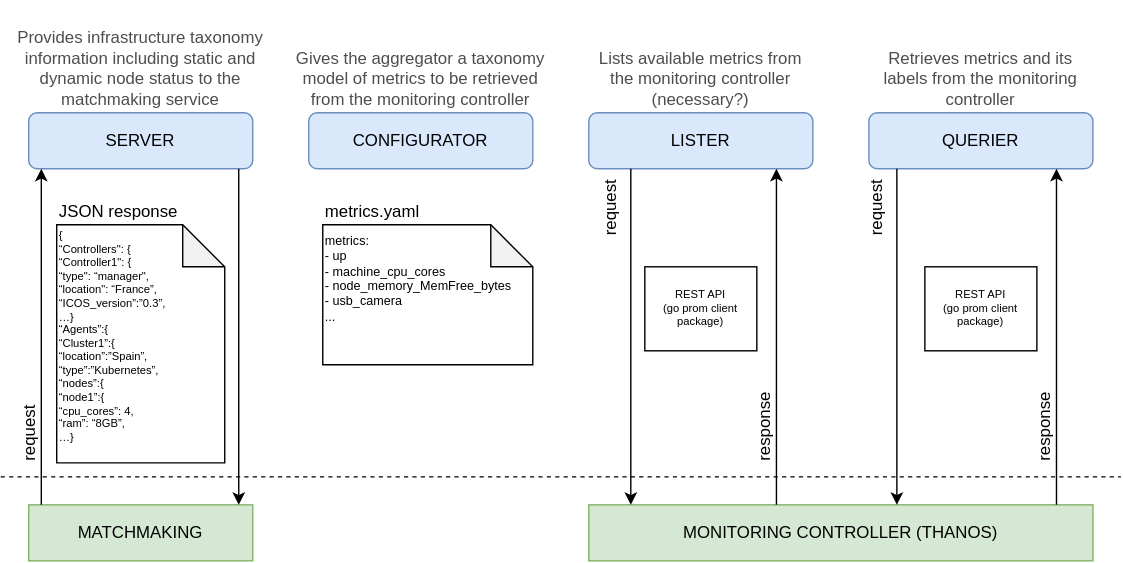
Earlier version of the draw.io export docs/assets/architecture.drawio.svg (icos-project/Aggregator). Source tidied: cells renumbered, new cells last; positions are measured from the earlier drawing's top-left corner, leaving out a move shared by most shapes.
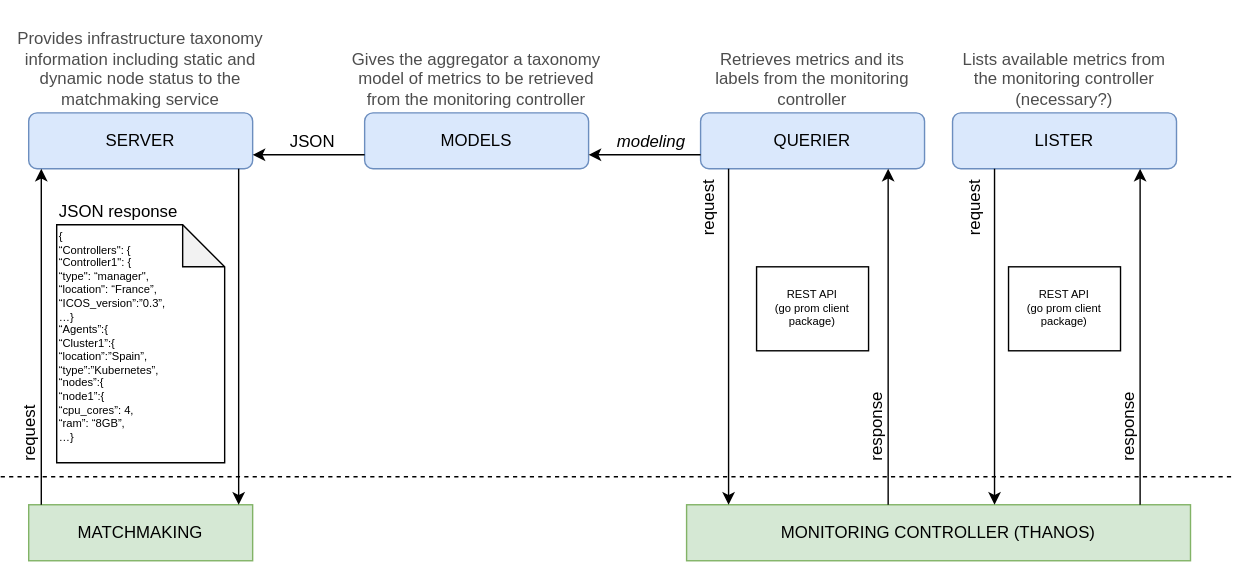
After the commit.

Commit message:
Add MODELS to architecture diagram

What changed in the source:
```diff
@@ -5,38 +5,38 @@
     <mxCell id="2" value="SERVER" style="rounded=1;whiteSpace=wrap;html=1;fillColor=#dae8fc;strokeColor=#6c8ebf;" parent="1" vertex="1">
       <mxGeometry x="25" y="80" width="160" height="40" as="geometry" />
     </mxCell>
-    <mxCell id="3" value="CONFIGURATOR" style="rounded=1;whiteSpace=wrap;html=1;fillColor=#dae8fc;strokeColor=#6c8ebf;" parent="1" vertex="1">
-      <mxGeometry x="225" y="80" width="160" height="40" as="geometry" />
+    <mxCell id="3" value="MODELS" style="rounded=1;whiteSpace=wrap;html=1;fillColor=#dae8fc;strokeColor=#6c8ebf;" parent="1" vertex="1">
+      <mxGeometry x="265" y="80" width="160" height="40" as="geometry" />
     </mxCell>
     <mxCell id="4" value="LISTER" style="rounded=1;whiteSpace=wrap;html=1;fillColor=#dae8fc;strokeColor=#6c8ebf;" parent="1" vertex="1">
-      <mxGeometry x="425" y="80" width="160" height="40" as="geometry" />
+      <mxGeometry x="685" y="80" width="160" height="40" as="geometry" />
     </mxCell>
     <mxCell id="5" value="QUERIER" style="rounded=1;whiteSpace=wrap;html=1;fillColor=#dae8fc;strokeColor=#6c8ebf;" parent="1" vertex="1">
-      <mxGeometry x="625" y="80" width="160" height="40" as="geometry" />
+      <mxGeometry x="505" y="80" width="160" height="40" as="geometry" />
     </mxCell>
     <mxCell id="6" value="&lt;p style=&quot;margin-top: 0pt; margin-bottom: 0pt; margin-left: 0in; direction: ltr; unicode-bidi: embed; word-break: normal; font-size: 12px;&quot;&gt;&lt;span style=&quot;font-size: 12px;&quot;&gt;Provides infrastructure taxonomy information including static and&lt;br style=&quot;font-size: 12px;&quot;&gt;dynamic node status to the matchmaking service&lt;/span&gt;&lt;/p&gt;" style="text;html=1;align=center;verticalAlign=bottom;whiteSpace=wrap;rounded=0;fontColor=#4D4D4D;fontSize=12;" parent="1" vertex="1">
       <mxGeometry x="5" width="200" height="80" as="geometry" />
     </mxCell>
     <mxCell id="7" value="&lt;p style=&quot;margin-top: 0pt; margin-bottom: 0pt; margin-left: 0in; direction: ltr; unicode-bidi: embed; word-break: normal; font-size: 12px;&quot;&gt;&lt;span style=&quot;font-size: 12px;&quot;&gt;Gives the aggregator a taxonomy model of metrics to be retrieved&lt;br style=&quot;font-size: 12px;&quot;&gt;from the monitoring controller&lt;/span&gt;&lt;/p&gt;" style="text;html=1;align=center;verticalAlign=bottom;whiteSpace=wrap;rounded=0;fontColor=#4D4D4D;fontSize=12;" parent="1" vertex="1">
-      <mxGeometry x="215" width="180" height="80" as="geometry" />
+      <mxGeometry x="255" width="180" height="80" as="geometry" />
     </mxCell>
     <mxCell id="8" value="&lt;p style=&quot;margin-top: 0pt; margin-bottom: 0pt; margin-left: 0in; direction: ltr; unicode-bidi: embed; word-break: normal; font-size: 12px;&quot;&gt;&lt;span style=&quot;font-size: 12px;&quot;&gt;Lists available metrics from the monitoring controller&lt;/span&gt;&lt;/p&gt;&lt;p style=&quot;margin-top: 0pt; margin-bottom: 0pt; margin-left: 0in; direction: ltr; unicode-bidi: embed; word-break: normal; font-size: 12px;&quot;&gt;&lt;span style=&quot;font-size: 12px;&quot;&gt;(necessary?)&lt;/span&gt;&lt;/p&gt;" style="text;html=1;align=center;verticalAlign=bottom;whiteSpace=wrap;rounded=0;fontColor=#4D4D4D;fontSize=12;" parent="1" vertex="1">
-      <mxGeometry x="425" width="160" height="80" as="geometry" />
+      <mxGeometry x="685" width="160" height="80" as="geometry" />
     </mxCell>
     <mxCell id="9" value="&lt;p style=&quot;margin-top: 0pt; margin-bottom: 0pt; margin-left: 0in; direction: ltr; unicode-bidi: embed; word-break: normal; font-size: 12px;&quot;&gt;&lt;span style=&quot;font-size: 12px;&quot;&gt;Retrieves metrics and its labels from the monitoring controller&lt;/span&gt;&lt;/p&gt;" style="text;html=1;align=center;verticalAlign=bottom;whiteSpace=wrap;rounded=0;fontColor=#4D4D4D;fontSize=12;" parent="1" vertex="1">
-      <mxGeometry x="625" width="160" height="80" as="geometry" />
+      <mxGeometry x="505" width="160" height="80" as="geometry" />
     </mxCell>
     <mxCell id="10" style="endArrow=none;dashed=1;html=1;" parent="1" edge="1">
       <mxGeometry relative="1" as="geometry">
         <mxPoint x="5" y="340" as="sourcePoint" />
-        <mxPoint x="805" y="340" as="targetPoint" />
+        <mxPoint x="885" y="340" as="targetPoint" />
       </mxGeometry>
     </mxCell>
     <mxCell id="11" value="MATCHMAKING" style="rounded=0;whiteSpace=wrap;html=1;fillColor=#d5e8d4;strokeColor=#82b366;" parent="1" vertex="1">
       <mxGeometry x="25" y="360" width="160" height="40" as="geometry" />
     </mxCell>
     <mxCell id="12" value="MONITORING CONTROLLER (THANOS)" style="rounded=0;whiteSpace=wrap;html=1;fillColor=#d5e8d4;strokeColor=#82b366;" parent="1" vertex="1">
-      <mxGeometry x="425" y="360" width="360" height="40" as="geometry" />
+      <mxGeometry x="495" y="360" width="360" height="40" as="geometry" />
     </mxCell>
     <mxCell id="13" value="&#10;&#10;&#10;{ &#10;    “Controllers&quot;: {&#10;        “Controller1&quot;: {&#10;            “type&quot;: “manager&quot;,&#10;        “location&quot;: “France”,&#10;            “ICOS_version”:”0.3”,&#10;            …}&#10;    “Agents”:{&#10;        “Cluster1”:{&#10;            “location”:”Spain”,&#10;            “type”:”Kubernetes”,&#10;            “nodes”:{&#10;                “node1”:{&#10;                     “cpu_cores”: 4,&#10;                     “ram”: “8GB”,&#10;                     …}&#10;&#10;&#10;&#10;" style="shape=note;backgroundOutline=1;darkOpacity=0.05;fontSize=8;align=left;spacing=2;fontFamily=Helvetica;horizontal=1;verticalAlign=middle;whiteSpace=wrap;" parent="1" vertex="1">
       <mxGeometry x="45" y="160" width="120" height="170" as="geometry" />
@@ -61,51 +61,57 @@
     </mxCell>
     <mxCell id="18" style="endArrow=classic;html=1;fontFamily=Helvetica;fontSize=8;exitX=1;exitY=1;exitDx=0;exitDy=0;" parent="1" edge="1">
       <mxGeometry relative="1" as="geometry">
-        <mxPoint x="455" y="120" as="sourcePoint" />
-        <mxPoint x="455" y="360" as="targetPoint" />
+        <mxPoint x="715" y="120" as="sourcePoint" />
+        <mxPoint x="715" y="360" as="targetPoint" />
       </mxGeometry>
     </mxCell>
     <mxCell id="19" value="request" style="text;html=1;strokeColor=none;fillColor=none;align=left;verticalAlign=bottom;whiteSpace=wrap;rounded=0;rotation=-90;" parent="1" vertex="1">
-      <mxGeometry x="415" y="135" width="50" height="20" as="geometry" />
+      <mxGeometry x="675" y="135" width="50" height="20" as="geometry" />
     </mxCell>
     <mxCell id="20" style="endArrow=classic;html=1;fontFamily=Helvetica;fontSize=8;exitX=1;exitY=1;exitDx=0;exitDy=0;" parent="1" edge="1">
       <mxGeometry relative="1" as="geometry">
-        <mxPoint x="645" y="120" as="sourcePoint" />
-        <mxPoint x="645" y="360" as="targetPoint" />
+        <mxPoint x="525" y="120" as="sourcePoint" />
+        <mxPoint x="525" y="360" as="targetPoint" />
       </mxGeometry>
     </mxCell>
     <mxCell id="21" value="request" style="text;html=1;strokeColor=none;fillColor=none;align=left;verticalAlign=bottom;whiteSpace=wrap;rounded=0;rotation=-90;" parent="1" vertex="1">
-      <mxGeometry x="605" y="135" width="50" height="20" as="geometry" />
+      <mxGeometry x="485" y="135" width="50" height="20" as="geometry" />
     </mxCell>
     <mxCell id="22" style="endArrow=classic;html=1;fontFamily=Helvetica;fontSize=8;exitX=0;exitY=0;exitDx=0;exitDy=0;entryX=0;entryY=1;entryDx=0;entryDy=0;" parent="1" edge="1">
       <mxGeometry relative="1" as="geometry">
-        <mxPoint x="559" y="360" as="sourcePoint" />
-        <mxPoint x="559" y="120" as="targetPoint" />
+        <mxPoint x="819" y="360" as="sourcePoint" />
+        <mxPoint x="819" y="120" as="targetPoint" />
       </mxGeometry>
     </mxCell>
     <mxCell id="23" value="response" style="text;html=1;strokeColor=none;fillColor=none;align=left;verticalAlign=bottom;whiteSpace=wrap;rounded=0;rotation=-90;" parent="1" vertex="1">
-      <mxGeometry x="525" y="296" width="50" height="20" as="geometry" />
+      <mxGeometry x="785" y="296" width="50" height="20" as="geometry" />
     </mxCell>
     <mxCell id="24" style="endArrow=classic;html=1;fontFamily=Helvetica;fontSize=8;exitX=0;exitY=0;exitDx=0;exitDy=0;entryX=0;entryY=1;entryDx=0;entryDy=0;" parent="1" edge="1">
       <mxGeometry relative="1" as="geometry">
-        <mxPoint x="759" y="360" as="sourcePoint" />
-        <mxPoint x="759" y="120" as="targetPoint" />
+        <mxPoint x="639" y="360" as="sourcePoint" />
+        <mxPoint x="639" y="120" as="targetPoint" />
       </mxGeometry>
     </mxCell>
     <mxCell id="25" value="response" style="text;html=1;strokeColor=none;fillColor=none;align=left;verticalAlign=bottom;whiteSpace=wrap;rounded=0;rotation=-90;" parent="1" vertex="1">
-      <mxGeometry x="725" y="296" width="50" height="20" as="geometry" />
+      <mxGeometry x="605" y="296" width="50" height="20" as="geometry" />
     </mxCell>
     <mxCell id="26" value="REST API&#10;(go prom client package)" style="rounded=0;whiteSpace=wrap;fontFamily=Helvetica;fontSize=8;" parent="1" vertex="1">
-      <mxGeometry x="465" y="190" width="80" height="60" as="geometry" />
+      <mxGeometry x="725" y="190" width="80" height="60" as="geometry" />
     </mxCell>
     <mxCell id="27" value="REST API&#10;(go prom client package)" style="rounded=0;whiteSpace=wrap;fontFamily=Helvetica;fontSize=8;" parent="1" vertex="1">
-      <mxGeometry x="665" y="190" width="80" height="60" as="geometry" />
+      <mxGeometry x="545" y="190" width="80" height="60" as="geometry" />
     </mxCell>
-    <mxCell id="28" value="&lt;font style=&quot;font-size: 9px;&quot;&gt;metrics:&lt;br&gt;&amp;nbsp; - up&lt;br&gt;&amp;nbsp; - machine_cpu_cores&lt;br&gt;&amp;nbsp; - node_memory_MemFree_bytes&lt;br style=&quot;border-color: var(--border-color);&quot;&gt;&amp;nbsp; - usb_camera&lt;br&gt;&amp;nbsp; ...&lt;/font&gt;" style="shape=note;backgroundOutline=1;darkOpacity=0.05;fontSize=8;align=left;spacing=2;fontFamily=Helvetica;horizontal=1;verticalAlign=top;whiteSpace=wrap;html=1;" parent="1" vertex="1">
-      <mxGeometry x="235" y="160" width="150" height="100" as="geometry" />
-    </mxCell>
-    <mxCell id="29" value="metrics.yaml" style="text;html=1;strokeColor=none;fillColor=none;align=left;verticalAlign=bottom;whiteSpace=wrap;rounded=0;" parent="1" vertex="1">
-      <mxGeometry x="235" y="130" width="120" height="30" as="geometry" />
-    </mxCell>
+    <mxCell id="30" style="endArrow=classic;html=1;fontFamily=Helvetica;fontSize=8;exitX=0;exitY=0.75;exitDx=0;exitDy=0;entryX=1;entryY=0.75;entryDx=0;entryDy=0;arcSize=20;jumpSize=6;" parent="1" edge="1" source="3" target="2">
+      <mxGeometry relative="1" as="geometry" />
+    </mxCell>
+    <mxCell id="31" style="endArrow=classic;html=1;fontFamily=Helvetica;fontSize=8;exitX=0;exitY=0.75;exitDx=0;exitDy=0;entryX=1;entryY=0.75;entryDx=0;entryDy=0;" parent="1" edge="1" source="5" target="3">
+      <mxGeometry relative="1" as="geometry" />
+    </mxCell>
+    <mxCell id="32" value="JSON" style="text;html=1;strokeColor=none;fillColor=none;align=center;verticalAlign=bottom;whiteSpace=wrap;rounded=0;rotation=0;" parent="1" vertex="1">
+      <mxGeometry x="203" y="90" width="50" height="20" as="geometry" />
+    </mxCell>
+    <mxCell id="33" value="modeling" style="text;html=1;strokeColor=none;fillColor=none;align=center;verticalAlign=bottom;whiteSpace=wrap;rounded=0;rotation=0;fontStyle=2;" parent="1" vertex="1">
+      <mxGeometry x="445" y="90" width="50" height="20" as="geometry" />
+    </mxCell>
   </root>
 </mxGraphModel>
```
